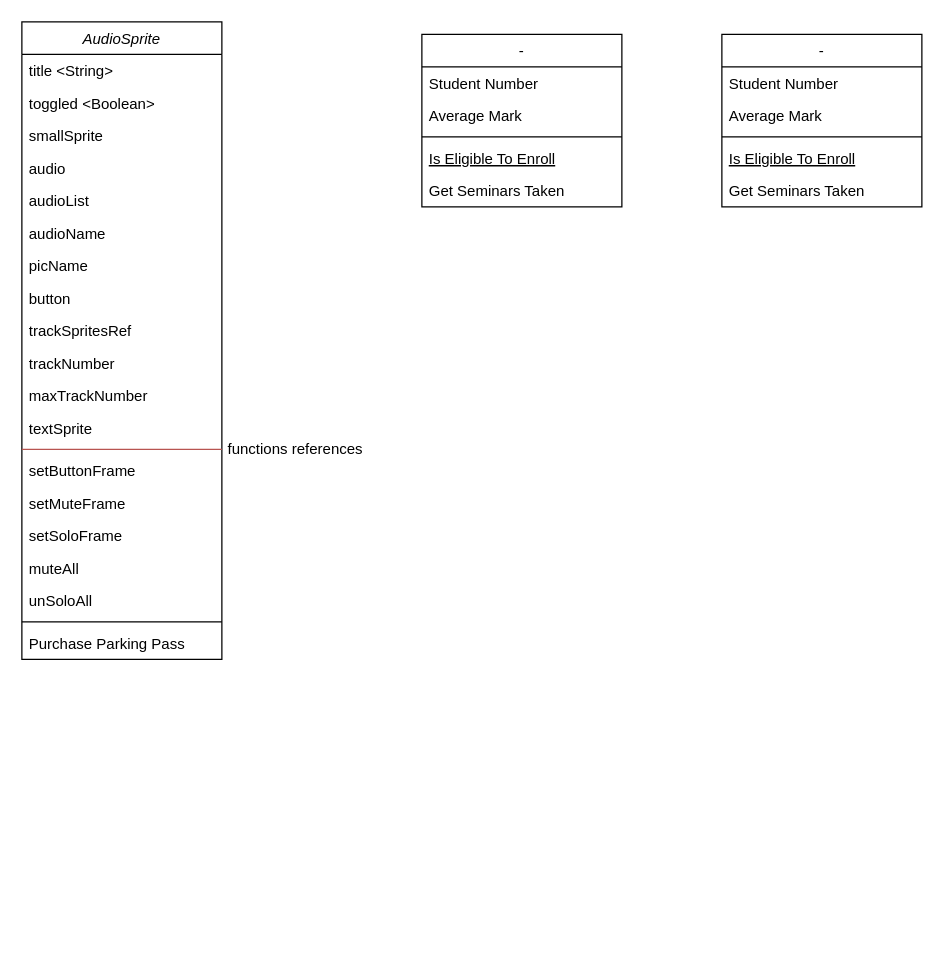
Above: Internship.drawio in NeneWang/000-draw-diagrams (draw.io), before the change. Source tidied: cells renumbered, new cells numbered last; positions are measured from the earlier drawing's top-left corner, leaving out a move shared by most shapes. Both pictures are drawn from the tidied source at 125%, with x=0, y=0 at pixel (21, 21).
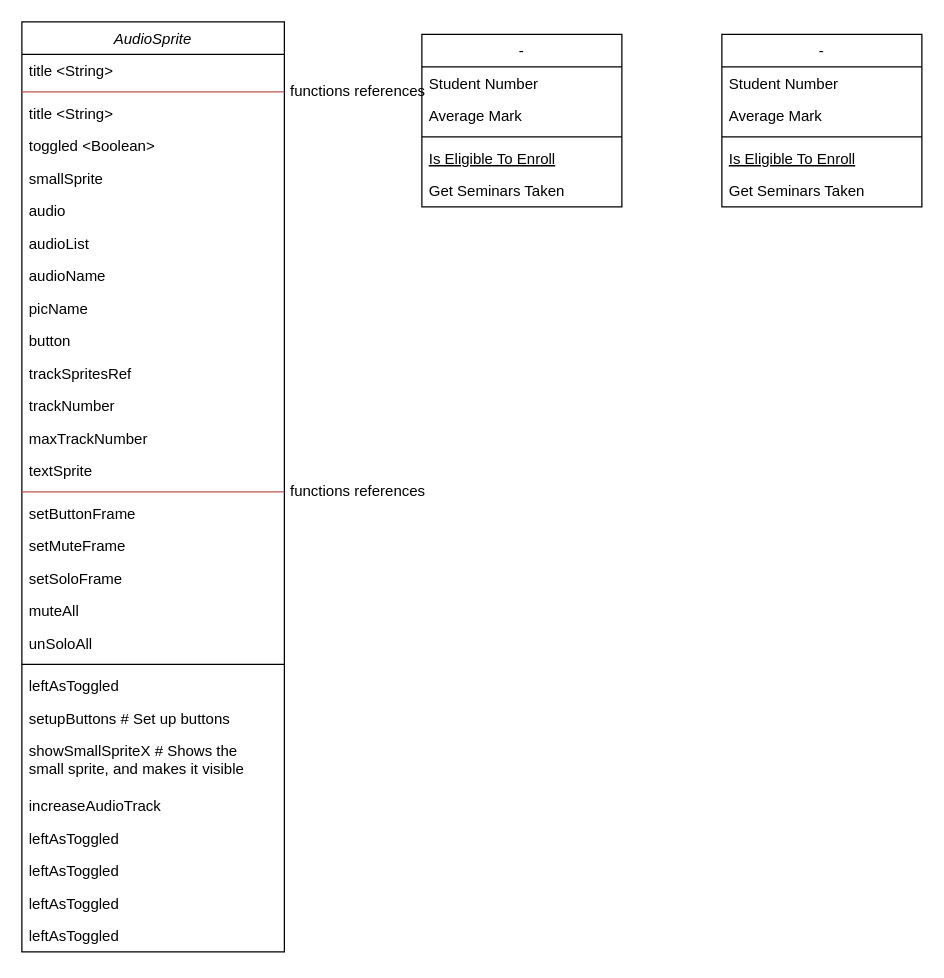
After the change.

The edit, as a diff of the source:
```diff
@@
     <mxCell id="2" value="AudioSprite" style="swimlane;fontStyle=2;align=center;verticalAlign=top;horizontal=1;startSize=26;rounded=0;shadow=0;strokeWidth=1;" parent="1" vertex="1">
-      <mxGeometry width="160" height="510" as="geometry" />
+      <mxGeometry width="210" height="744" as="geometry" />
     </mxCell>
+    <mxCell id="35" value="title &lt;String&gt;" style="text;align=left;verticalAlign=top;spacingLeft=4;spacingRight=4;overflow=hidden;" parent="2" vertex="1">
+      <mxGeometry y="26" width="210" height="26" as="geometry" />
+    </mxCell>
+    <mxCell id="36" value="functions references" style="line;html=1;strokeWidth=1;align=left;verticalAlign=middle;spacingTop=-1;spacingLeft=3;spacingRight=3;labelPosition=right;fillColor=#f8cecc;strokeColor=#b85450;" parent="2" vertex="1">
+      <mxGeometry y="52" width="210" height="8" as="geometry" />
+    </mxCell>
     <mxCell id="3" value="title &lt;String&gt;" style="text;align=left;verticalAlign=top;spacingLeft=4;spacingRight=4;overflow=hidden;" parent="2" vertex="1">
-      <mxGeometry y="26" width="160" height="26" as="geometry" />
+      <mxGeometry y="60" width="210" height="26" as="geometry" />
     </mxCell>
     <mxCell id="4" value="toggled &lt;Boolean&gt;" style="text;align=left;verticalAlign=top;spacingLeft=4;spacingRight=4;overflow=hidden;rounded=0;shadow=0;html=0;" parent="2" vertex="1">
-      <mxGeometry y="52" width="160" height="26" as="geometry" />
+      <mxGeometry y="86" width="210" height="26" as="geometry" />
     </mxCell>
     <mxCell id="5" value="smallSprite" style="text;align=left;verticalAlign=top;spacingLeft=4;spacingRight=4;overflow=hidden;rounded=0;shadow=0;html=0;" parent="2" vertex="1">
-      <mxGeometry y="78" width="160" height="26" as="geometry" />
+      <mxGeometry y="112" width="210" height="26" as="geometry" />
     </mxCell>
     <mxCell id="6" value="audio" style="text;align=left;verticalAlign=top;spacingLeft=4;spacingRight=4;overflow=hidden;rounded=0;shadow=0;html=0;" parent="2" vertex="1">
-      <mxGeometry y="104" width="160" height="26" as="geometry" />
+      <mxGeometry y="138" width="210" height="26" as="geometry" />
     </mxCell>
     <mxCell id="7" value="audioList" style="text;align=left;verticalAlign=top;spacingLeft=4;spacingRight=4;overflow=hidden;rounded=0;shadow=0;html=0;" parent="2" vertex="1">
-      <mxGeometry y="130" width="160" height="26" as="geometry" />
+      <mxGeometry y="164" width="210" height="26" as="geometry" />
     </mxCell>
     <mxCell id="8" value="audioName" style="text;align=left;verticalAlign=top;spacingLeft=4;spacingRight=4;overflow=hidden;rounded=0;shadow=0;html=0;" parent="2" vertex="1">
-      <mxGeometry y="156" width="160" height="26" as="geometry" />
+      <mxGeometry y="190" width="210" height="26" as="geometry" />
     </mxCell>
     <mxCell id="9" value="picName" style="text;align=left;verticalAlign=top;spacingLeft=4;spacingRight=4;overflow=hidden;rounded=0;shadow=0;html=0;" parent="2" vertex="1">
-      <mxGeometry y="182" width="160" height="26" as="geometry" />
+      <mxGeometry y="216" width="210" height="26" as="geometry" />
     </mxCell>
     <mxCell id="10" value="button" style="text;align=left;verticalAlign=top;spacingLeft=4;spacingRight=4;overflow=hidden;rounded=0;shadow=0;html=0;" parent="2" vertex="1">
-      <mxGeometry y="208" width="160" height="26" as="geometry" />
+      <mxGeometry y="242" width="210" height="26" as="geometry" />
     </mxCell>
     <mxCell id="11" value="trackSpritesRef" style="text;align=left;verticalAlign=top;spacingLeft=4;spacingRight=4;overflow=hidden;rounded=0;shadow=0;html=0;" parent="2" vertex="1">
-      <mxGeometry y="234" width="160" height="26" as="geometry" />
+      <mxGeometry y="268" width="210" height="26" as="geometry" />
     </mxCell>
     <mxCell id="12" value="trackNumber" style="text;align=left;verticalAlign=top;spacingLeft=4;spacingRight=4;overflow=hidden;rounded=0;shadow=0;html=0;" parent="2" vertex="1">
-      <mxGeometry y="260" width="160" height="26" as="geometry" />
+      <mxGeometry y="294" width="210" height="26" as="geometry" />
     </mxCell>
     <mxCell id="13" value="maxTrackNumber" style="text;align=left;verticalAlign=top;spacingLeft=4;spacingRight=4;overflow=hidden;rounded=0;shadow=0;html=0;" parent="2" vertex="1">
-      <mxGeometry y="286" width="160" height="26" as="geometry" />
+      <mxGeometry y="320" width="210" height="26" as="geometry" />
     </mxCell>
     <mxCell id="14" value="textSprite" style="text;align=left;verticalAlign=top;spacingLeft=4;spacingRight=4;overflow=hidden;rounded=0;shadow=0;html=0;" parent="2" vertex="1">
-      <mxGeometry y="312" width="160" height="26" as="geometry" />
+      <mxGeometry y="346" width="210" height="26" as="geometry" />
     </mxCell>
     <mxCell id="15" value="functions references" style="line;html=1;strokeWidth=1;align=left;verticalAlign=middle;spacingTop=-1;spacingLeft=3;spacingRight=3;labelPosition=right;fillColor=#f8cecc;strokeColor=#b85450;" parent="2" vertex="1">
-      <mxGeometry y="338" width="160" height="8" as="geometry" />
+      <mxGeometry y="372" width="210" height="8" as="geometry" />
     </mxCell>
     <mxCell id="16" value="setButtonFrame" style="text;align=left;verticalAlign=top;spacingLeft=4;spacingRight=4;overflow=hidden;rounded=0;shadow=0;html=0;" parent="2" vertex="1">
-      <mxGeometry y="346" width="160" height="26" as="geometry" />
+      <mxGeometry y="380" width="210" height="26" as="geometry" />
     </mxCell>
     <mxCell id="17" value="setMuteFrame" style="text;align=left;verticalAlign=top;spacingLeft=4;spacingRight=4;overflow=hidden;rounded=0;shadow=0;html=0;" parent="2" vertex="1">
-      <mxGeometry y="372" width="160" height="26" as="geometry" />
+      <mxGeometry y="406" width="210" height="26" as="geometry" />
     </mxCell>
     <mxCell id="18" value="setSoloFrame" style="text;align=left;verticalAlign=top;spacingLeft=4;spacingRight=4;overflow=hidden;rounded=0;shadow=0;html=0;" parent="2" vertex="1">
-      <mxGeometry y="398" width="160" height="26" as="geometry" />
+      <mxGeometry y="432" width="210" height="26" as="geometry" />
     </mxCell>
     <mxCell id="19" value="muteAll" style="text;align=left;verticalAlign=top;spacingLeft=4;spacingRight=4;overflow=hidden;rounded=0;shadow=0;html=0;" parent="2" vertex="1">
-      <mxGeometry y="424" width="160" height="26" as="geometry" />
+      <mxGeometry y="458" width="210" height="26" as="geometry" />
     </mxCell>
     <mxCell id="20" value="unSoloAll" style="text;align=left;verticalAlign=top;spacingLeft=4;spacingRight=4;overflow=hidden;rounded=0;shadow=0;html=0;" parent="2" vertex="1">
-      <mxGeometry y="450" width="160" height="26" as="geometry" />
+      <mxGeometry y="484" width="210" height="26" as="geometry" />
     </mxCell>
     <mxCell id="21" style="line;html=1;strokeWidth=1;align=left;verticalAlign=middle;spacingTop=-1;spacingLeft=3;spacingRight=3;labelPosition=right;" parent="2" vertex="1">
-      <mxGeometry y="476" width="160" height="8" as="geometry" />
+      <mxGeometry y="510" width="210" height="8" as="geometry" />
     </mxCell>
-    <mxCell id="22" value="Purchase Parking Pass" style="text;align=left;verticalAlign=top;spacingLeft=4;spacingRight=4;overflow=hidden;" parent="2" vertex="1">
-      <mxGeometry y="484" width="160" height="26" as="geometry" />
+    <mxCell id="22" value="leftAsToggled" style="text;align=left;verticalAlign=top;spacingLeft=4;spacingRight=4;overflow=hidden;" parent="2" vertex="1">
+      <mxGeometry y="518" width="210" height="26" as="geometry" />
     </mxCell>
+    <mxCell id="37" value="setupButtons # Set up buttons" style="text;align=left;verticalAlign=top;spacingLeft=4;spacingRight=4;overflow=hidden;" parent="2" vertex="1">
+      <mxGeometry y="544" width="210" height="26" as="geometry" />
+    </mxCell>
+    <mxCell id="38" value="showSmallSpriteX # Shows the &#10;small sprite, and makes it visible" style="text;align=left;verticalAlign=top;spacingLeft=4;spacingRight=4;overflow=hidden;" parent="2" vertex="1">
+      <mxGeometry y="570" width="210" height="44" as="geometry" />
+    </mxCell>
+    <mxCell id="39" value="increaseAudioTrack" style="text;align=left;verticalAlign=top;spacingLeft=4;spacingRight=4;overflow=hidden;" parent="2" vertex="1">
+      <mxGeometry y="614" width="210" height="26" as="geometry" />
+    </mxCell>
+    <mxCell id="40" value="leftAsToggled" style="text;align=left;verticalAlign=top;spacingLeft=4;spacingRight=4;overflow=hidden;" parent="2" vertex="1">
+      <mxGeometry y="640" width="210" height="26" as="geometry" />
+    </mxCell>
+    <mxCell id="41" value="leftAsToggled" style="text;align=left;verticalAlign=top;spacingLeft=4;spacingRight=4;overflow=hidden;" parent="2" vertex="1">
+      <mxGeometry y="666" width="210" height="26" as="geometry" />
+    </mxCell>
+    <mxCell id="42" value="leftAsToggled" style="text;align=left;verticalAlign=top;spacingLeft=4;spacingRight=4;overflow=hidden;" parent="2" vertex="1">
+      <mxGeometry y="692" width="210" height="26" as="geometry" />
+    </mxCell>
+    <mxCell id="43" value="leftAsToggled" style="text;align=left;verticalAlign=top;spacingLeft=4;spacingRight=4;overflow=hidden;" parent="2" vertex="1">
+      <mxGeometry y="718" width="210" height="26" as="geometry" />
+    </mxCell>
```
